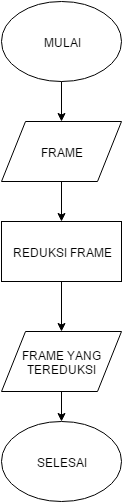
Above: source/resizing.png in hamdimuzakkiy/bukuTA (draw.io), before the change. Source tidied: cells renumbered, new cells last; positions are measured from the earlier drawing's top-left corner, leaving out a move shared by most shapes.
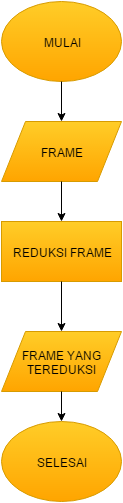
The same diagram one commit later.

What changed in the source:
```diff
@@ -2,19 +2,19 @@
   <root>
     <mxCell id="0" />
     <mxCell id="1" parent="0" />
-    <mxCell id="2" value="FRAME" style="shape=parallelogram;whiteSpace=wrap;html=1;" parent="1" vertex="1">
+    <mxCell id="2" value="FRAME" style="shape=parallelogram;whiteSpace=wrap;html=1;plain-orange;" parent="1" vertex="1">
       <mxGeometry y="120" width="120" height="60" as="geometry" />
     </mxCell>
-    <mxCell id="3" value="MULAI" style="ellipse;whiteSpace=wrap;html=1;" parent="1" vertex="1">
+    <mxCell id="3" value="MULAI" style="ellipse;whiteSpace=wrap;html=1;plain-orange;" parent="1" vertex="1">
       <mxGeometry width="120" height="80" as="geometry" />
     </mxCell>
-    <mxCell id="4" value="REDUKSI FRAME" style="whiteSpace=wrap;html=1;" parent="1" vertex="1">
+    <mxCell id="4" value="REDUKSI FRAME" style="whiteSpace=wrap;html=1;plain-orange;" parent="1" vertex="1">
       <mxGeometry y="220" width="120" height="60" as="geometry" />
     </mxCell>
-    <mxCell id="5" value="FRAME YANG TEREDUKSI" style="shape=parallelogram;whiteSpace=wrap;html=1;" parent="1" vertex="1">
+    <mxCell id="5" value="FRAME YANG TEREDUKSI" style="shape=parallelogram;whiteSpace=wrap;html=1;plain-orange;" parent="1" vertex="1">
       <mxGeometry y="330" width="120" height="60" as="geometry" />
     </mxCell>
-    <mxCell id="6" value="SELESAI" style="ellipse;whiteSpace=wrap;html=1;" parent="1" vertex="1">
+    <mxCell id="6" value="SELESAI" style="ellipse;whiteSpace=wrap;html=1;plain-orange;" parent="1" vertex="1">
       <mxGeometry y="420" width="120" height="80" as="geometry" />
     </mxCell>
     <mxCell id="7" style="endArrow=classic;html=1;entryX=0.5;entryY=0;exitX=0.5;exitY=1;" parent="1" edge="1" source="4" target="5">
```
